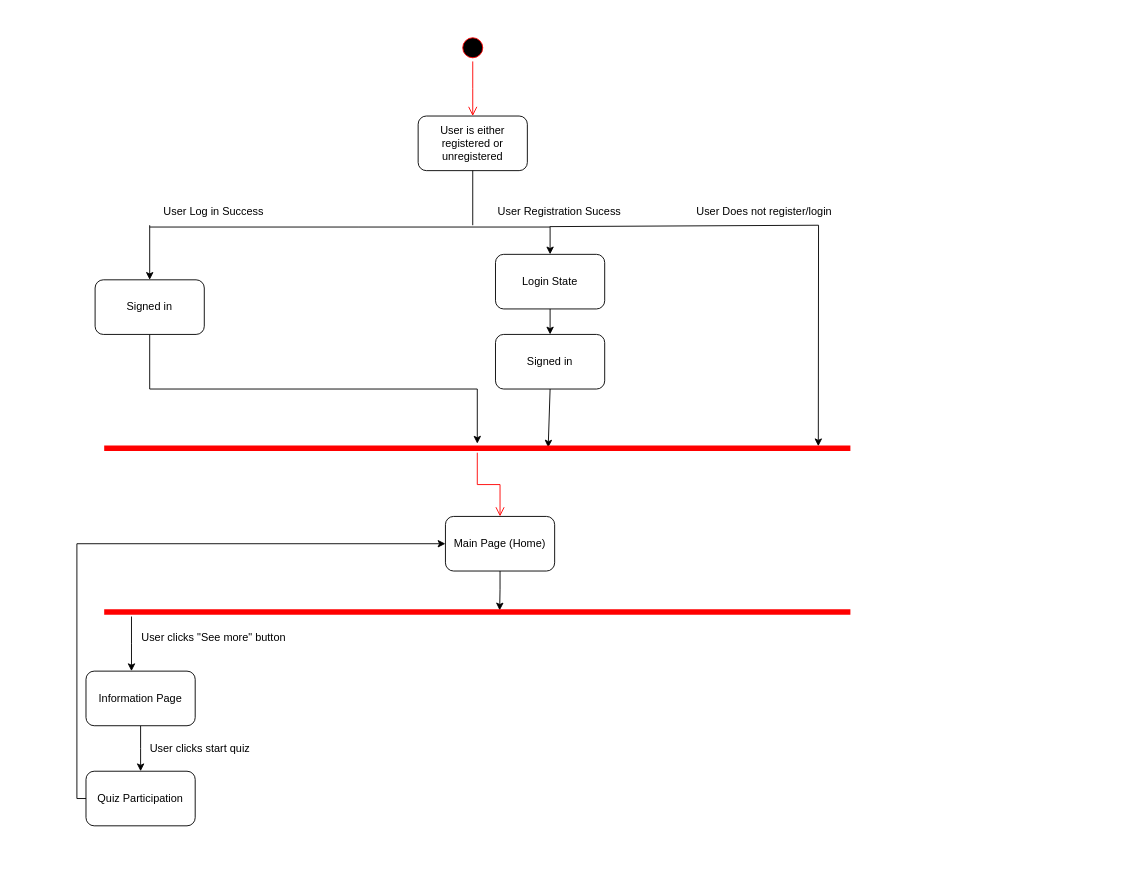
The draw.io diagram views/State Diagram.drawio in AksharNana/QuizPlatform-Docs, before the edit. Source tidied: cells renumbered, new cells numbered last; positions are measured from the earlier drawing's top-left corner, leaving out a move shared by most shapes. Both pictures are drawn from the tidied source at 91%, with x=0, y=0 at pixel (76, 34).
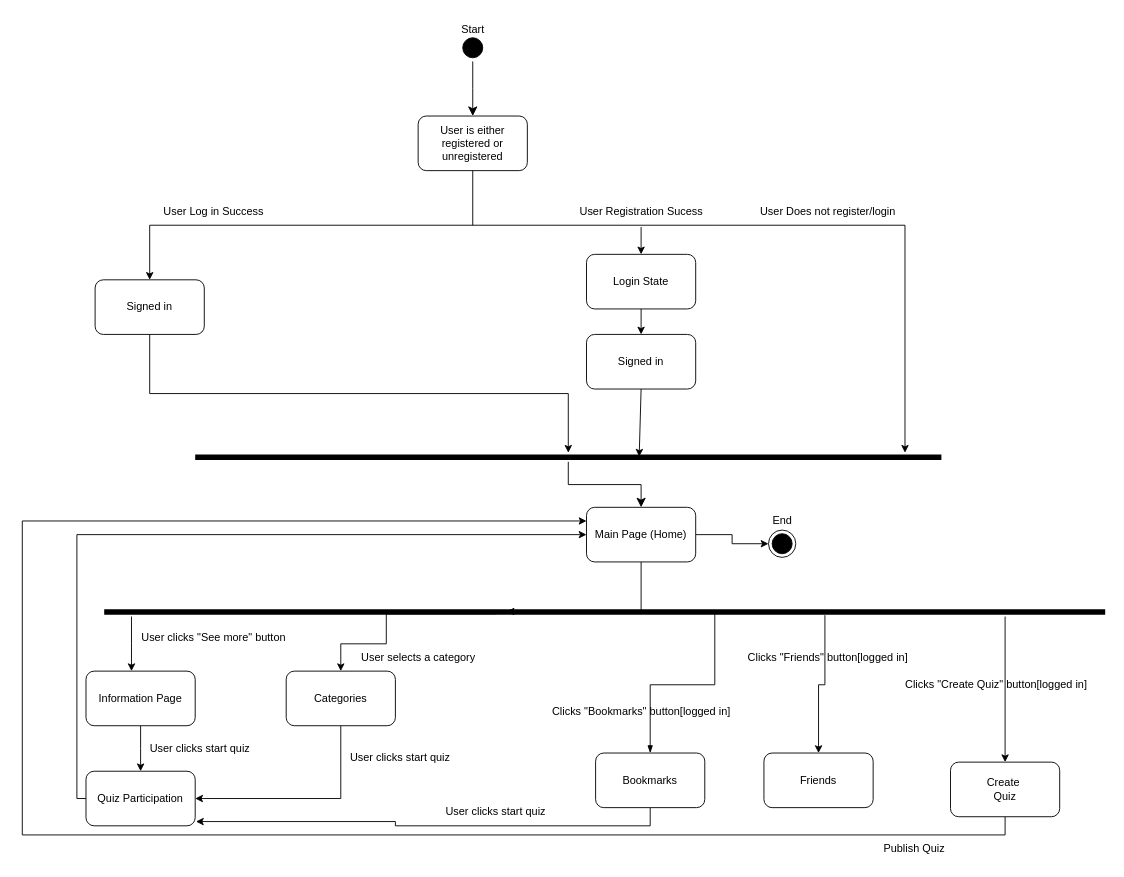
The same page after the edit.

The change refers to these unchanged cells:
```xml
<mxCell id="30" value="Quiz Participation" style="rounded=1;whiteSpace=wrap;html=1;" parent="1" vertex="1">
  <mxGeometry x="10" y="810" width="120" height="60" as="geometry" />
</mxCell>
```

What changed in the source:
```diff
@@
-    <mxCell id="2" style="ellipse;html=1;shape=startState;fillColor=#000000;strokeColor=#ff0000;" parent="1" vertex="1">
+    <mxCell id="2" style="ellipse;html=1;shape=startState;fillColor=#000000;strokeColor=#000000;" parent="1" vertex="1">
       <mxGeometry x="420" width="30" height="30" as="geometry" />
     </mxCell>
-    <mxCell id="3" style="edgeStyle=orthogonalEdgeStyle;html=1;verticalAlign=bottom;endArrow=open;endSize=8;strokeColor=#ff0000;rounded=0;" parent="1" edge="1" source="2">
+    <mxCell id="3" style="edgeStyle=orthogonalEdgeStyle;html=1;verticalAlign=bottom;endArrow=classic;endSize=8;strokeColor=#000000;rounded=0;endFill=1;" parent="1" edge="1" source="2">
       <mxGeometry relative="1" as="geometry">
         <mxPoint x="435" y="90" as="targetPoint" />
       </mxGeometry>
     </mxCell>
@@
     <mxCell id="6" style="endArrow=none;html=1;rounded=0;" parent="1" edge="1">
       <mxGeometry relative="1" as="geometry">
-        <mxPoint x="520" y="212" as="sourcePoint" />
-        <mxPoint x="80" y="212" as="targetPoint" />
+        <mxPoint x="520" y="210" as="sourcePoint" />
+        <mxPoint x="80" y="210" as="targetPoint" />
         <Array as="points">
-          <mxPoint x="310" y="212" />
+          <mxPoint x="310" y="210" />
         </Array>
       </mxGeometry>
     </mxCell>
@@
     <mxCell id="8" value="User Registration Sucess" style="text;html=1;align=center;verticalAlign=middle;points=[];strokeColor=none;fillColor=none;" parent="1" vertex="1">
-      <mxGeometry x="450" y="180" width="160" height="30" as="geometry" />
+      <mxGeometry x="540" y="180" width="160" height="30" as="geometry" />
     </mxCell>
-    <mxCell id="9" style="endArrow=classic;html=1;rounded=0;" parent="1" edge="1" source="15">
-      <mxGeometry relative="1" as="geometry">
-        <mxPoint x="520" y="292" as="targetPoint" />
-      </mxGeometry>
-    </mxCell>
@@
-    <mxCell id="14" style="endArrow=classic;html=1;rounded=0;" parent="1" edge="1" target="15">
+    <mxCell id="14" style="endArrow=classic;html=1;rounded=0;entryX=0.5;entryY=0;entryDx=0;entryDy=0;" parent="1" edge="1" target="15">
       <mxGeometry relative="1" as="geometry">
-        <mxPoint x="520" y="212" as="sourcePoint" />
+        <mxPoint x="620" y="212" as="sourcePoint" />
       </mxGeometry>
     </mxCell>
     <mxCell id="15" value="Login State" style="rounded=1;whiteSpace=wrap;html=1;" parent="1" vertex="1">
-      <mxGeometry x="460" y="242" width="120" height="60" as="geometry" />
+      <mxGeometry x="560" y="242" width="120" height="60" as="geometry" />
     </mxCell>
@@
     <mxCell id="17" value="Signed in" style="rounded=1;whiteSpace=wrap;html=1;" parent="1" vertex="1">
-      <mxGeometry x="460" y="330" width="120" height="60" as="geometry" />
+      <mxGeometry x="560" y="330" width="120" height="60" as="geometry" />
     </mxCell>
-    <mxCell id="18" style="edgeStyle=orthogonalEdgeStyle;rounded=0;jettySize=auto;html=1;exitX=0.5;exitY=1;exitDx=0;exitDy=0;entryX=0.53;entryY=0.327;entryDx=0;entryDy=0;entryPerimeter=0;" parent="1" edge="1" source="19" target="25">
-      <mxGeometry relative="1" as="geometry" />
+    <mxCell id="18" style="edgeStyle=orthogonalEdgeStyle;rounded=0;jettySize=auto;html=1;exitX=0.5;exitY=1;exitDx=0;exitDy=0;entryX=0.402;entryY=0.45;entryDx=0;entryDy=0;entryPerimeter=0;" parent="1" edge="1" source="19" target="25">
+      <mxGeometry relative="1" as="geometry">
+        <Array as="points">
+          <mxPoint x="620" y="635" />
+        </Array>
+      </mxGeometry>
     </mxCell>
+    <mxCell id="32" style="edgeStyle=orthogonalEdgeStyle;rounded=0;jettySize=auto;html=1;exitX=1;exitY=0.5;exitDx=0;exitDy=0;" parent="1" edge="1" source="19" target="38">
+      <mxGeometry relative="1" as="geometry" />
+    </mxCell>
     <mxCell id="19" value="Main Page (Home)" style="rounded=1;whiteSpace=wrap;html=1;" parent="1" vertex="1">
-      <mxGeometry x="405" y="530" width="120" height="60" as="geometry" />
+      <mxGeometry x="560" y="520" width="120" height="60" as="geometry" />
     </mxCell>
-    <mxCell id="20" style="endArrow=classic;html=1;rounded=0;exitX=0.435;exitY=1.051;exitDx=0;exitDy=0;exitPerimeter=0;entryX=0.957;entryY=0.286;entryDx=0;entryDy=0;entryPerimeter=0;" parent="1" edge="1" source="8" target="22">
+    <mxCell id="20" style="endArrow=classic;html=1;rounded=0;" parent="1" edge="1">
       <mxGeometry relative="1" as="geometry">
+        <mxPoint x="520" y="210" as="sourcePoint" />
+        <mxPoint x="910" y="460" as="targetPoint" />
         <Array as="points">
-          <mxPoint x="815" y="210" />
+          <mxPoint x="700" y="210" />
+          <mxPoint x="910" y="210" />
         </Array>
       </mxGeometry>
     </mxCell>
     <mxCell id="21" value="User Does not register/login" style="text;html=1;align=center;verticalAlign=middle;strokeColor=none;fillColor=none;" parent="1" vertex="1">
-      <mxGeometry x="670" y="180" width="170" height="30" as="geometry" />
+      <mxGeometry x="740" y="180" width="170" height="30" as="geometry" />
     </mxCell>
-    <mxCell id="22" style="shape=line;html=1;strokeWidth=6;strokeColor=#ff0000;" parent="1" vertex="1">
-      <mxGeometry x="30" y="450" width="820" height="10" as="geometry" />
+    <mxCell id="22" style="shape=line;html=1;strokeWidth=6;strokeColor=#000000;" parent="1" vertex="1">
+      <mxGeometry x="130" y="460" width="820" height="10" as="geometry" />
     </mxCell>
-    <mxCell id="23" style="edgeStyle=orthogonalEdgeStyle;html=1;verticalAlign=bottom;endArrow=open;endSize=8;strokeColor=#ff0000;rounded=0;entryX=0.5;entryY=0;entryDx=0;entryDy=0;" parent="1" edge="1" source="22" target="19">
+    <mxCell id="23" style="edgeStyle=orthogonalEdgeStyle;html=1;verticalAlign=bottom;endArrow=classic;endSize=8;strokeColor=#000000;rounded=0;entryX=0.5;entryY=0;entryDx=0;entryDy=0;endFill=1;" parent="1" edge="1" source="22" target="19">
       <mxGeometry relative="1" as="geometry" />
     </mxCell>
@@
-    <mxCell id="25" style="shape=line;html=1;strokeWidth=6;strokeColor=#ff0000;" parent="1" vertex="1">
-      <mxGeometry x="30" y="630" width="820" height="10" as="geometry" />
+    <mxCell id="25" style="shape=line;html=1;strokeWidth=6;strokeColor=#000000;" parent="1" vertex="1">
+      <mxGeometry x="30" y="630" width="1100" height="10" as="geometry" />
     </mxCell>
@@
     <mxCell id="29" style="edgeStyle=orthogonalEdgeStyle;rounded=0;jettySize=auto;html=1;entryX=0;entryY=0.5;entryDx=0;entryDy=0;" parent="1" edge="1" source="30" target="19">
       <mxGeometry relative="1" as="geometry">
         <Array as="points">
           <mxPoint y="840" />
-          <mxPoint y="560" />
+          <mxPoint y="550" />
         </Array>
       </mxGeometry>
     </mxCell>
@@
+    <mxCell id="33" style="edgeStyle=orthogonalEdgeStyle;rounded=0;jettySize=auto;html=1;exitX=0.5;exitY=0;exitDx=0;exitDy=0;startArrow=classic;startFill=1;endArrow=none;endFill=0;" parent="1" edge="1" source="35">
+      <mxGeometry relative="1" as="geometry">
+        <mxPoint x="460" y="635" as="targetPoint" />
+        <Array as="points">
+          <mxPoint x="290" y="670" />
+          <mxPoint x="340" y="670" />
+          <mxPoint x="340" y="637" />
+        </Array>
+      </mxGeometry>
+    </mxCell>
+    <mxCell id="34" style="edgeStyle=orthogonalEdgeStyle;rounded=0;jettySize=auto;html=1;exitX=0.5;exitY=1;exitDx=0;exitDy=0;entryX=1;entryY=0.5;entryDx=0;entryDy=0;" parent="1" edge="1" source="35" target="30">
+      <mxGeometry relative="1" as="geometry" />
+    </mxCell>
+    <mxCell id="35" value="Categories" style="rounded=1;whiteSpace=wrap;html=1;" parent="1" vertex="1">
+      <mxGeometry x="230" y="700" width="120" height="60" as="geometry" />
+    </mxCell>
+    <mxCell id="36" value="User selects a category" style="text;html=1;align=center;verticalAlign=middle;strokeColor=none;fillColor=none;" parent="1" vertex="1">
+      <mxGeometry x="300" y="670" width="150" height="30" as="geometry" />
+    </mxCell>
+    <mxCell id="37" value="User clicks start quiz" style="text;html=1;align=center;verticalAlign=middle;strokeColor=none;fillColor=none;" parent="1" vertex="1">
+      <mxGeometry x="290" y="780" width="130" height="30" as="geometry" />
+    </mxCell>
+    <mxCell id="38" style="ellipse;html=1;shape=endState;fillColor=#000000;strokeColor=#000000;" parent="1" vertex="1">
+      <mxGeometry x="760" y="545" width="30" height="30" as="geometry" />
+    </mxCell>
+    <mxCell id="39" value="Start" style="text;html=1;align=center;verticalAlign=middle;strokeColor=none;fillColor=none;" parent="1" vertex="1">
+      <mxGeometry x="410" y="-20" width="50" height="30" as="geometry" />
+    </mxCell>
+    <mxCell id="40" value="End" style="text;html=1;align=center;verticalAlign=middle;strokeColor=none;fillColor=none;" parent="1" vertex="1">
+      <mxGeometry x="755" y="520" width="40" height="30" as="geometry" />
+    </mxCell>
+    <mxCell id="41" style="edgeStyle=orthogonalEdgeStyle;rounded=0;jettySize=auto;html=1;exitX=0.5;exitY=0;exitDx=0;exitDy=0;entryX=0.61;entryY=0.617;entryDx=0;entryDy=0;entryPerimeter=0;endArrow=none;endFill=0;startArrow=blockThin;startFill=1;" parent="1" edge="1" source="43" target="25">
+      <mxGeometry relative="1" as="geometry" />
+    </mxCell>
+    <mxCell id="42" style="edgeStyle=orthogonalEdgeStyle;rounded=0;jettySize=auto;html=1;exitX=0.5;exitY=1;exitDx=0;exitDy=0;entryX=1.007;entryY=0.922;entryDx=0;entryDy=0;entryPerimeter=0;" parent="1" edge="1" source="43" target="30">
+      <mxGeometry relative="1" as="geometry" />
+    </mxCell>
+    <mxCell id="43" value="Bookmarks" style="rounded=1;whiteSpace=wrap;html=1;" parent="1" vertex="1">
+      <mxGeometry x="570" y="790" width="120" height="60" as="geometry" />
+    </mxCell>
+    <mxCell id="44" value="User clicks start quiz" style="text;html=1;align=center;verticalAlign=middle;strokeColor=none;fillColor=none;" parent="1" vertex="1">
+      <mxGeometry x="395" y="840" width="130" height="30" as="geometry" />
+    </mxCell>
+    <mxCell id="45" value="Clicks &quot;Bookmarks&quot; button[logged in]" style="text;html=1;align=center;verticalAlign=middle;strokeColor=none;fillColor=none;" parent="1" vertex="1">
+      <mxGeometry x="510" y="730" width="220" height="30" as="geometry" />
+    </mxCell>
+    <mxCell id="46" style="edgeStyle=orthogonalEdgeStyle;rounded=0;jettySize=auto;html=1;exitX=0.5;exitY=0;exitDx=0;exitDy=0;entryX=0.72;entryY=0.85;entryDx=0;entryDy=0;entryPerimeter=0;endArrow=none;endFill=0;startArrow=classic;startFill=1;" parent="1" edge="1" source="47" target="25">
+      <mxGeometry relative="1" as="geometry" />
+    </mxCell>
+    <mxCell id="47" value="Friends" style="rounded=1;whiteSpace=wrap;html=1;" parent="1" vertex="1">
+      <mxGeometry x="755" y="790" width="120" height="60" as="geometry" />
+    </mxCell>
+    <mxCell id="48" value="Clicks &quot;Friends&quot; button[logged in]" style="text;html=1;align=center;verticalAlign=middle;strokeColor=none;fillColor=none;" parent="1" vertex="1">
+      <mxGeometry x="725" y="670" width="200" height="30" as="geometry" />
+    </mxCell>
+    <mxCell id="49" style="edgeStyle=orthogonalEdgeStyle;rounded=0;jettySize=auto;html=1;exitX=0.5;exitY=0;exitDx=0;exitDy=0;entryX=0.9;entryY=1;entryDx=0;entryDy=0;entryPerimeter=0;endArrow=none;endFill=0;startArrow=classic;startFill=1;" parent="1" edge="1" source="51" target="25">
+      <mxGeometry relative="1" as="geometry" />
+    </mxCell>
+    <mxCell id="50" style="edgeStyle=orthogonalEdgeStyle;rounded=0;jettySize=auto;html=1;exitX=0.5;exitY=1;exitDx=0;exitDy=0;entryX=0;entryY=0.25;entryDx=0;entryDy=0;" parent="1" edge="1" source="51" target="19">
+      <mxGeometry relative="1" as="geometry">
+        <Array as="points">
+          <mxPoint x="1020" y="880" />
+          <mxPoint x="-60" y="880" />
+          <mxPoint x="-60" y="535" />
+        </Array>
+      </mxGeometry>
+    </mxCell>
+    <mxCell id="51" value="Create&amp;nbsp;&lt;br&gt;Quiz" style="rounded=1;whiteSpace=wrap;html=1;" parent="1" vertex="1">
+      <mxGeometry x="960" y="800" width="120" height="60" as="geometry" />
+    </mxCell>
+    <mxCell id="52" value="Clicks &quot;Create Quiz&quot; button[logged in]" style="text;html=1;align=center;verticalAlign=middle;strokeColor=none;fillColor=none;" parent="1" vertex="1">
+      <mxGeometry x="900" y="700" width="220" height="30" as="geometry" />
+    </mxCell>
+    <mxCell id="53" value="Publish Quiz" style="text;html=1;align=center;verticalAlign=middle;strokeColor=none;fillColor=none;" parent="1" vertex="1">
+      <mxGeometry x="875" y="880" width="90" height="30" as="geometry" />
+    </mxCell>
```
